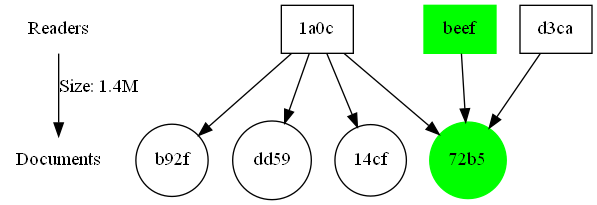
Earlier version of the Graphviz export graph.png (Danielryan98/DataAnalysisTool). Its source is kept beside it as graph.dot.
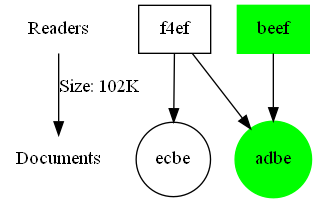
The same diagram one commit later.

What changed in the source:
```diff
@@ -1,21 +1,13 @@
 digraph "also likes" {
 	Readers [label=Readers shape=none]
 	Documents [label=Documents shape=none]
-	Readers -> Documents [label="Size: 1.4M"]
-	"72b5" [label="72b5" color=green shape=circle style=filled]
-	d3ca [label=d3ca shape=box]
-	d3ca -> "72b5"
-	"1a0c" [label="1a0c" shape=box]
-	"1a0c" -> "72b5"
+	Readers -> Documents [label="Size: 102K"]
+	adbe [label=adbe color=green shape=circle style=filled]
+	f4ef [label=f4ef shape=box]
+	f4ef -> adbe
 	beef [label=beef color=green shape=box style=filled]
-	beef -> "72b5"
-	"14cf" [label="14cf" shape=circle]
-	"1a0c" [label="1a0c" shape=box]
-	"1a0c" -> "14cf"
-	b92f [label=b92f shape=circle]
-	"1a0c" [label="1a0c" shape=box]
-	"1a0c" -> b92f
-	dd59 [label=dd59 shape=circle]
-	"1a0c" [label="1a0c" shape=box]
-	"1a0c" -> dd59
+	beef -> adbe
+	ecbe [label=ecbe shape=circle]
+	f4ef [label=f4ef shape=box]
+	f4ef -> ecbe
 }
```
